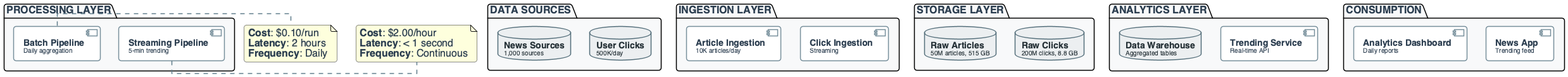
Earlier version of the PlantUML export diagrams/week01/week1_practice_slide15_architecture.png (OrPerets/data-engineering-course). The source it was exported from:
```plantuml
@startuml

top to bottom direction
skinparam linetype ortho
skinparam shadowing false
skinparam roundcorner 8
skinparam handwritten false
skinparam nodesep 30
skinparam ranksep 40

skinparam defaultFontName "Segoe UI, Helvetica, sans-serif"
skinparam defaultFontSize 16
skinparam defaultFontColor #2C3E50

skinparam rectangle {
    BackgroundColor #F8F9FA
    BorderColor #90A4AE
    BorderThickness 2
    FontColor #263238
    FontSize 14
    FontStyle bold
    Padding 20
}

skinparam component {
    BackgroundColor #FFFFFF
    BorderColor #78909C
    BorderThickness 1.5
    FontSize 14
    Padding 12
}

skinparam database {
    BackgroundColor #ECEFF1
    BorderColor #546E7A
    BorderThickness 1.5
    FontSize 14
    FontColor #263238
}

skinparam arrow {
    Color #607D8B
    Thickness 1.5
    FontSize 11
    FontColor #546E7A
}

skinparam component<<UI>> {
    BorderColor #8E24AA
    BackgroundColor #F3E5F5
    FontColor #4A148C
}

skinparam component<<Agent>> {
    BorderColor #0288D1
    BackgroundColor #E1F5FE
    FontColor #01579B
}

skinparam component<<Tool>> {
    BorderColor #2E7D32
    BackgroundColor #E8F5E9
    FontColor #1B5E20
}

skinparam component<<Config>> {
    BorderColor #F57C00
    BackgroundColor #FFF3E0
    FontColor #E65100
}

skinparam component<<Bad>> {
    BorderColor #C62828
    BackgroundColor #FFEBEE
    FontColor #B71C1C
}

skinparam component<<V1>> {
    BorderColor #F57C00
    BackgroundColor #FFF3E0
    FontColor #E65100
}

skinparam component<<V2>> {
    BorderColor #2E7D32
    BackgroundColor #E8F5E9
    FontColor #1B5E20
}

skinparam component<<up>> {
    BackgroundColor #E8F5E9
    BorderColor #2E7D32
}

skinparam component<<down>> {
    BackgroundColor #FFEBEE
    BorderColor #C62828
}

skinparam database<<up>> {
    BackgroundColor #E8F5E9
    BorderColor #2E7D32
}

skinparam database<<down>> {
    BackgroundColor #FFEBEE
    BorderColor #C62828
}

skinparam component<<success>> {
    BackgroundColor #E8F5E9
    BorderColor #2E7D32
}

skinparam component<<failure>> {
    BackgroundColor #FFEBEE
    BorderColor #C62828
}


package "DATA SOURCES" #F8F9FA {
    database "**News Sources**\n<size:10>1,000 sources</size>" as SOURCES
    database "**User Clicks**\n<size:10>500K/day</size>" as CLICKS
}

package "INGESTION LAYER" #F8F9FA {
    component "**Article Ingestion**\n<size:10>10K articles/day</size>" as INGEST_ART
    component "**Click Ingestion**\n<size:10>Streaming</size>" as INGEST_CLICK
}

package "STORAGE LAYER" #F8F9FA {
    database "**Raw Articles**\n<size:10>50M articles, 515 GB</size>" as RAW_ART
    database "**Raw Clicks**\n<size:10>200M clicks, 8.8 GB</size>" as RAW_CLICK
}

package "PROCESSING LAYER" #F8F9FA {
    component "**Batch Pipeline**\n<size:10>Daily aggregation</size>" as BATCH
    component "**Streaming Pipeline**\n<size:10>5-min trending</size>" as STREAM
}

package "ANALYTICS LAYER" #F8F9FA {
    database "**Data Warehouse**\n<size:10>Aggregated tables</size>" as WAREHOUSE
    component "**Trending Service**\n<size:10>Real-time API</size>" as TRENDING
}

package "CONSUMPTION" #F8F9FA {
    component "**Analytics Dashboard**\n<size:10>Daily reports</size>" as DASHBOARD
    component "**News App**\n<size:10>Trending feed</size>" as APP
}

note right of BATCH
  **Cost**: $0.10/run
  **Latency**: 2 hours
  **Frequency**: Daily
end note

note right of STREAM
  **Cost**: $2.00/hour
  **Latency**: < 1 second
  **Frequency**: Continuous
end note

@enduml
```
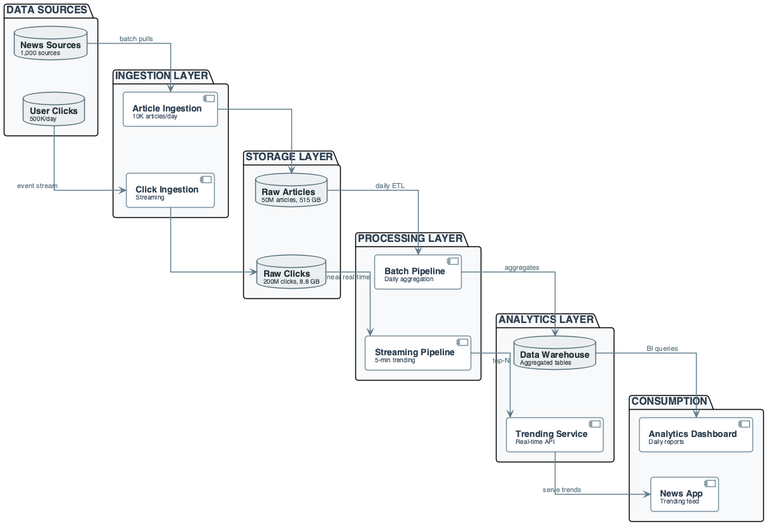
The same file after the commit.

What changed in the source:
```diff
@@ -1,5 +1,4 @@
 @startuml
-
 top to bottom direction
 skinparam linetype ortho
 skinparam shadowing false
@@ -118,46 +117,56 @@
 }
 
 
-package "DATA SOURCES" #F8F9FA {
+package "DATA SOURCES"  as A #F8F9FA {
     database "**News Sources**\n<size:10>1,000 sources</size>" as SOURCES
     database "**User Clicks**\n<size:10>500K/day</size>" as CLICKS
+    SOURCES -[hidden]- CLICKS
+
 }
 
-package "INGESTION LAYER" #F8F9FA {
+package "INGESTION LAYER" as B  #F8F9FA{
     component "**Article Ingestion**\n<size:10>10K articles/day</size>" as INGEST_ART
     component "**Click Ingestion**\n<size:10>Streaming</size>" as INGEST_CLICK
+INGEST_ART -[hidden]- INGEST_CLICK
 }
 
 package "STORAGE LAYER" #F8F9FA {
     database "**Raw Articles**\n<size:10>50M articles, 515 GB</size>" as RAW_ART
     database "**Raw Clicks**\n<size:10>200M clicks, 8.8 GB</size>" as RAW_CLICK
+RAW_ART -[hidden]- RAW_CLICK
 }
 
 package "PROCESSING LAYER" #F8F9FA {
     component "**Batch Pipeline**\n<size:10>Daily aggregation</size>" as BATCH
     component "**Streaming Pipeline**\n<size:10>5-min trending</size>" as STREAM
+BATCH -[hidden]- STREAM
 }
 
 package "ANALYTICS LAYER" #F8F9FA {
     database "**Data Warehouse**\n<size:10>Aggregated tables</size>" as WAREHOUSE
     component "**Trending Service**\n<size:10>Real-time API</size>" as TRENDING
+WAREHOUSE -[hidden]- TRENDING
 }
 
 package "CONSUMPTION" #F8F9FA {
     component "**Analytics Dashboard**\n<size:10>Daily reports</size>" as DASHBOARD
     component "**News App**\n<size:10>Trending feed</size>" as APP
+DASHBOARD -[hidden]- APP
 }
 
-note right of BATCH
-  **Cost**: $0.10/run
-  **Latency**: 2 hours
-  **Frequency**: Daily
-end note
+SOURCES --> INGEST_ART : "batch pulls"
+CLICKS --> INGEST_CLICK : "event stream"
 
-note right of STREAM
-  **Cost**: $2.00/hour
-  **Latency**: < 1 second
-  **Frequency**: Continuous
-end note
+INGEST_ART --> RAW_ART
+INGEST_CLICK --> RAW_CLICK
+
+RAW_ART --> BATCH : "daily ETL"
+RAW_CLICK --> STREAM : "near real-time"
+
+BATCH --> WAREHOUSE : "aggregates"
+STREAM --> TRENDING : "top-N"
+
+WAREHOUSE --> DASHBOARD : "BI queries"
+TRENDING --> APP : "serve trends"
 
 @enduml
```
